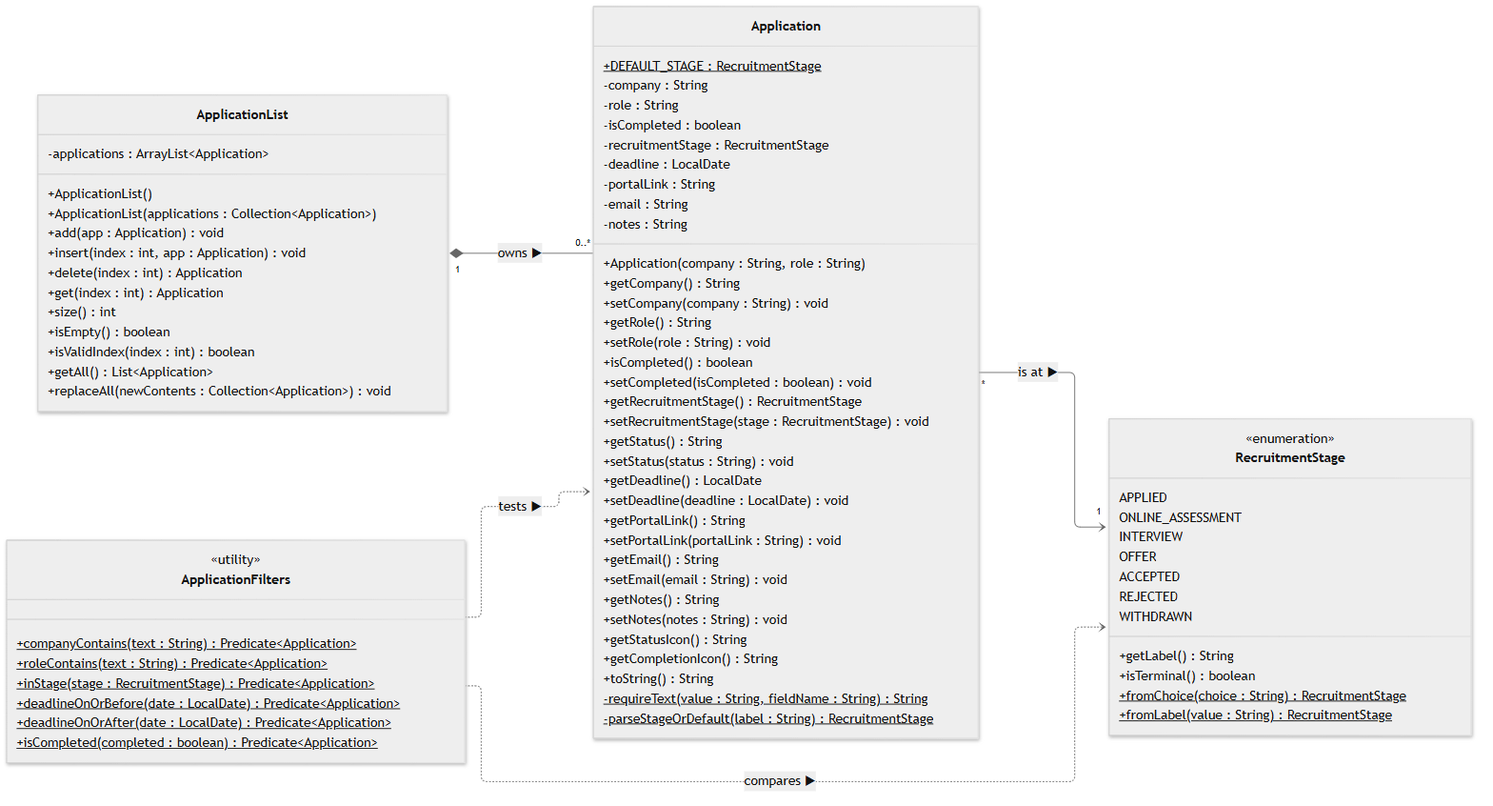
AY2627S1-CS2113-T10-2/tp keeps this Mermaid diagram as docs/diagrams/app-data-class-updated.png. Above is the earlier version. Its source is kept beside it as docs/diagrams/sources/app-data-class-updated.mmd. Its diagram source:
```mermaid
%%{init: {'theme': 'neutral'}}%%
classDiagram
    direction LR
    class ApplicationList {
        -applications : ArrayList~Application~
        +ApplicationList()
        +ApplicationList(applications : Collection~Application~)
        +add(app : Application) void
        +insert(index : int, app : Application) void
        +delete(index : int) Application
        +get(index : int) Application
        +size() int
        +isEmpty() boolean
        +isValidIndex(index : int) boolean
        +getAll() List~Application~
        +replaceAll(newContents : Collection~Application~) void
    }
    class Application {
        +DEFAULT_STAGE : RecruitmentStage$
        -company : String
        -role : String
        -isCompleted : boolean
        -recruitmentStage : RecruitmentStage
        -deadline : LocalDate
        -portalLink : String
        -email : String
        -notes : String
        +Application(company : String, role : String)
        +getCompany() String
        +setCompany(company : String) void
        +getRole() String
        +setRole(role : String) void
        +isCompleted() boolean
        +setCompleted(isCompleted : boolean) void
        +getRecruitmentStage() RecruitmentStage
        +setRecruitmentStage(stage : RecruitmentStage) void
        +getStatus() String
        +setStatus(status : String) void
        +getDeadline() LocalDate
        +setDeadline(deadline : LocalDate) void
        +getPortalLink() String
        +setPortalLink(portalLink : String) void
        +getEmail() String
        +setEmail(email : String) void
        +getNotes() String
        +setNotes(notes : String) void
        +getStatusIcon() String
        +getCompletionIcon() String
        +toString() String
        -requireText(value : String, fieldName : String)$ String
        -parseStageOrDefault(label : String)$ RecruitmentStage
    }
    class RecruitmentStage {
        <<enumeration>>
        APPLIED
        ONLINE_ASSESSMENT
        INTERVIEW
        OFFER
        ACCEPTED
        REJECTED
        WITHDRAWN
        +getLabel() String
        +isTerminal() boolean
        +fromChoice(choice : String)$ RecruitmentStage
        +fromLabel(value : String)$ RecruitmentStage
    }
    class ApplicationFilters {
        <<utility>>
        +companyContains(text : String)$ Predicate~Application~
        +roleContains(text : String)$ Predicate~Application~
        +inStage(stage : RecruitmentStage)$ Predicate~Application~
        +deadlineOnOrBefore(date : LocalDate)$ Predicate~Application~
        +deadlineOnOrAfter(date : LocalDate)$ Predicate~Application~
        +isCompleted(completed : boolean)$ Predicate~Application~
    }
    ApplicationList "1" *-- "0..*" Application : owns ▶
    Application "*" --> "1" RecruitmentStage : is at ▶
    ApplicationFilters ..> Application : tests ▶
    ApplicationFilters ..> RecruitmentStage : compares ▶
```
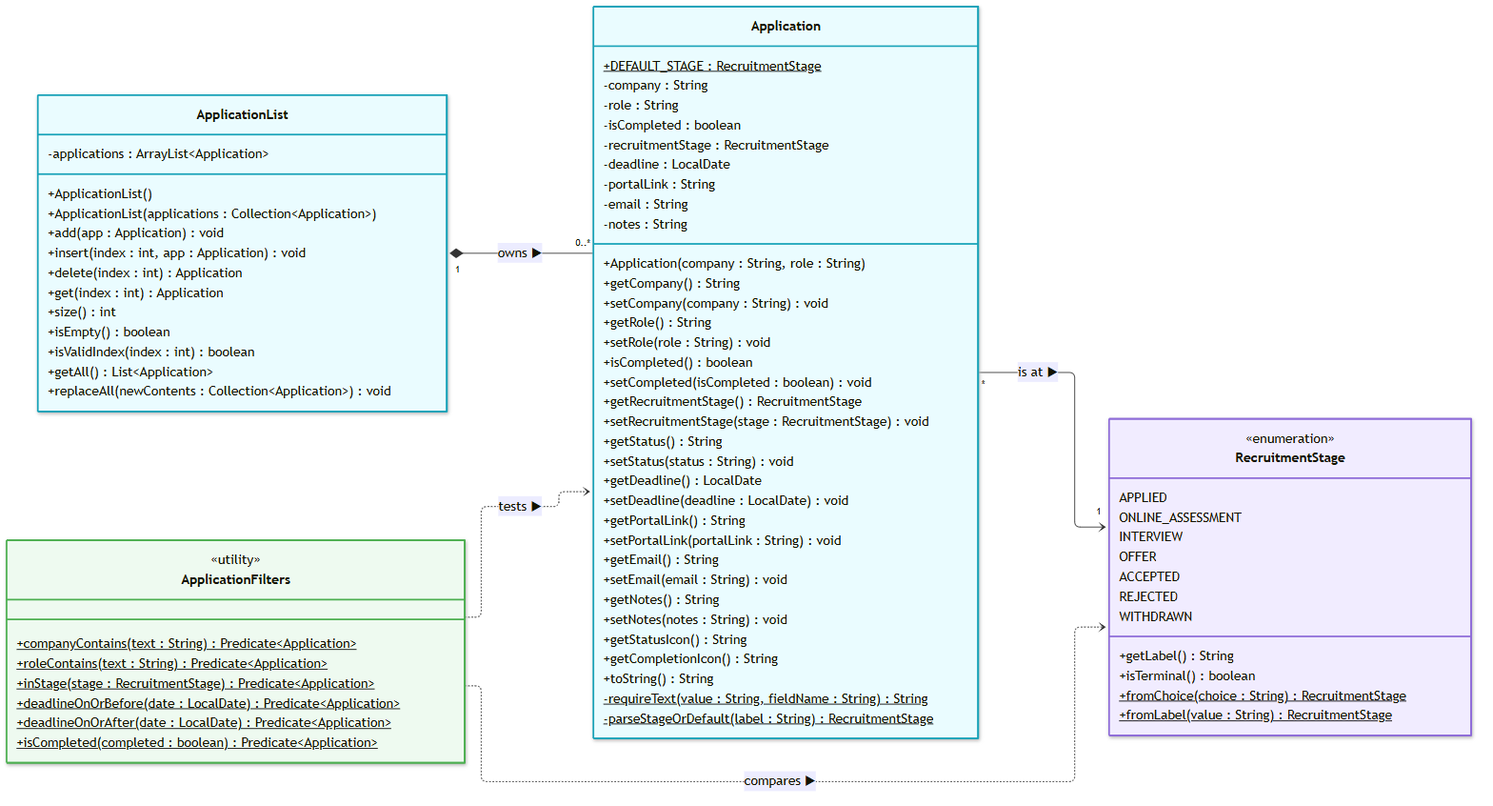
Later version of the same file.

Diff of the diagram source:
```diff
@@ -1,7 +1,7 @@
-%%{init: {'theme': 'neutral'}}%%
+%%{init: {'theme': 'default'}}%%
 classDiagram
     direction LR
-    class ApplicationList {
+    class ApplicationList:::model {
         -applications : ArrayList~Application~
         +ApplicationList()
         +ApplicationList(applications : Collection~Application~)
@@ -15,7 +15,7 @@
         +getAll() List~Application~
         +replaceAll(newContents : Collection~Application~) void
     }
-    class Application {
+    class Application:::model {
         +DEFAULT_STAGE : RecruitmentStage$
         -company : String
         -role : String
@@ -50,7 +50,7 @@
         -requireText(value : String, fieldName : String)$ String
         -parseStageOrDefault(label : String)$ RecruitmentStage
     }
-    class RecruitmentStage {
+    class RecruitmentStage:::enum {
         <<enumeration>>
         APPLIED
         ONLINE_ASSESSMENT
@@ -64,7 +64,7 @@
         +fromChoice(choice : String)$ RecruitmentStage
         +fromLabel(value : String)$ RecruitmentStage
     }
-    class ApplicationFilters {
+    class ApplicationFilters:::util {
         <<utility>>
         +companyContains(text : String)$ Predicate~Application~
         +roleContains(text : String)$ Predicate~Application~
@@ -77,3 +77,11 @@
     Application "*" --> "1" RecruitmentStage : is at ▶
     ApplicationFilters ..> Application : tests ▶
     ApplicationFilters ..> RecruitmentStage : compares ▶
+    classDef ctrl fill:#fdf2ff,stroke:#c26bdb,stroke-width:2px
+    classDef io fill:#eefcf6,stroke:#2bb58a,stroke-width:2px
+    classDef store fill:#fff5ec,stroke:#f08c3a,stroke-width:2px
+    classDef model fill:#eafcff,stroke:#17a2b8,stroke-width:2px
+    classDef enum fill:#f1ecff,stroke:#8e6bd8,stroke-width:2px
+    classDef cmd fill:#fff1f1,stroke:#ef5b5b,stroke-width:2px
+    classDef undoable fill:#fffbe6,stroke:#e6b800,stroke-width:2px
+    classDef util fill:#eefaf0,stroke:#4caf50,stroke-width:2px
```
